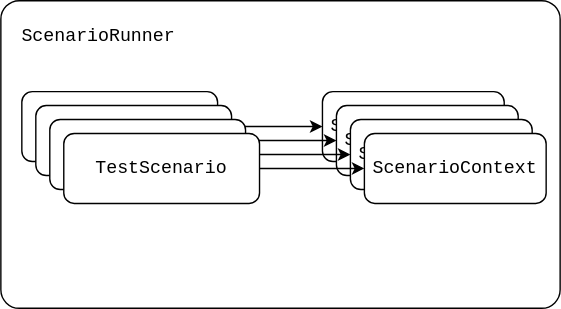
This is docs/architecture.svg from jveverka/test-meter, a draw.io export, as it was before one commit. Source tidied: cells renumbered, new cells last; positions are measured from the earlier drawing's top-left corner, leaving out a move shared by most shapes. Source of this version:
```xml
<mxGraphModel>
  <root>
    <mxCell id="0" />
    <mxCell id="1" parent="0" />
    <mxCell id="2" style="rounded=1;whiteSpace=wrap;html=1;arcSize=6;" parent="1" vertex="1">
      <mxGeometry width="400" height="220" as="geometry" />
    </mxCell>
    <mxCell id="3" value="&lt;pre style=&quot;background-color: #ffffff ; color: #080808 ; font-family: &amp;#34;jetbrains mono&amp;#34; , monospace ; font-size: 9.8pt&quot;&gt;&lt;span style=&quot;color: #000000&quot;&gt;ScenarioContext&lt;/span&gt;&lt;/pre&gt;" style="rounded=1;whiteSpace=wrap;html=1;" parent="1" vertex="1">
      <mxGeometry x="230" y="65" width="130" height="50" as="geometry" />
    </mxCell>
    <mxCell id="4" value="&lt;pre style=&quot;background-color: #ffffff ; color: #080808 ; font-family: &amp;#34;jetbrains mono&amp;#34; , monospace ; font-size: 9.8pt&quot;&gt;&lt;span style=&quot;color: #000000&quot;&gt;ScenarioContext&lt;/span&gt;&lt;/pre&gt;" style="rounded=1;whiteSpace=wrap;html=1;" parent="1" vertex="1">
      <mxGeometry x="240" y="75" width="130" height="50" as="geometry" />
    </mxCell>
    <mxCell id="5" value="&lt;pre style=&quot;background-color: #ffffff ; color: #080808 ; font-family: &amp;#34;jetbrains mono&amp;#34; , monospace ; font-size: 9.8pt&quot;&gt;&lt;span style=&quot;color: #000000&quot;&gt;ScenarioContext&lt;/span&gt;&lt;/pre&gt;" style="rounded=1;whiteSpace=wrap;html=1;" parent="1" vertex="1">
      <mxGeometry x="250" y="85" width="130" height="50" as="geometry" />
    </mxCell>
    <mxCell id="6" value="&lt;pre style=&quot;background-color: #ffffff ; color: #080808 ; font-family: &amp;#34;jetbrains mono&amp;#34; , monospace ; font-size: 9.8pt&quot;&gt;&lt;span style=&quot;color: #000000&quot;&gt;ScenarioContext&lt;/span&gt;&lt;/pre&gt;" style="rounded=1;whiteSpace=wrap;html=1;" parent="1" vertex="1">
      <mxGeometry x="260" y="95" width="130" height="50" as="geometry" />
    </mxCell>
    <mxCell id="7" value="&lt;pre style=&quot;background-color: #ffffff ; color: #080808 ; font-family: &amp;#34;jetbrains mono&amp;#34; , monospace ; font-size: 9.8pt&quot;&gt;&lt;span style=&quot;color: #000000&quot;&gt;ScenarioRunner&lt;/span&gt;&lt;/pre&gt;" style="text;html=1;strokeColor=none;fillColor=none;align=center;verticalAlign=middle;whiteSpace=wrap;rounded=0;" parent="1" vertex="1">
      <mxGeometry x="10" y="15" width="120" height="20" as="geometry" />
    </mxCell>
    <mxCell id="8" style="edgeStyle=orthogonalEdgeStyle;rounded=0;jettySize=auto;html=1;entryX=0;entryY=0.5;entryDx=0;entryDy=0;" parent="1" edge="1" source="9" target="3">
      <mxGeometry relative="1" as="geometry" />
    </mxCell>
    <mxCell id="9" value="&lt;pre style=&quot;background-color: #ffffff ; color: #080808 ; font-family: &amp;#34;jetbrains mono&amp;#34; , monospace ; font-size: 9.8pt&quot;&gt;&lt;span style=&quot;color: #000000&quot;&gt;TestScenario&lt;/span&gt;&lt;/pre&gt;" style="rounded=1;whiteSpace=wrap;html=1;" parent="1" vertex="1">
      <mxGeometry x="15" y="65" width="140" height="50" as="geometry" />
    </mxCell>
    <mxCell id="10" style="edgeStyle=orthogonalEdgeStyle;rounded=0;jettySize=auto;html=1;entryX=0;entryY=0.5;entryDx=0;entryDy=0;" parent="1" edge="1" source="11" target="4">
      <mxGeometry relative="1" as="geometry" />
    </mxCell>
    <mxCell id="11" value="&lt;pre style=&quot;background-color: #ffffff ; color: #080808 ; font-family: &amp;#34;jetbrains mono&amp;#34; , monospace ; font-size: 9.8pt&quot;&gt;&lt;span style=&quot;color: #000000&quot;&gt;TestScenario&lt;/span&gt;&lt;/pre&gt;" style="rounded=1;whiteSpace=wrap;html=1;" parent="1" vertex="1">
      <mxGeometry x="25" y="75" width="140" height="50" as="geometry" />
    </mxCell>
    <mxCell id="12" style="edgeStyle=orthogonalEdgeStyle;rounded=0;jettySize=auto;html=1;entryX=0;entryY=0.5;entryDx=0;entryDy=0;" parent="1" edge="1" source="13" target="5">
      <mxGeometry relative="1" as="geometry" />
    </mxCell>
    <mxCell id="13" value="&lt;pre style=&quot;background-color: #ffffff ; color: #080808 ; font-family: &amp;#34;jetbrains mono&amp;#34; , monospace ; font-size: 9.8pt&quot;&gt;&lt;span style=&quot;color: #000000&quot;&gt;TestScenario&lt;/span&gt;&lt;/pre&gt;" style="rounded=1;whiteSpace=wrap;html=1;" parent="1" vertex="1">
      <mxGeometry x="35" y="85" width="140" height="50" as="geometry" />
    </mxCell>
    <mxCell id="14" style="edgeStyle=orthogonalEdgeStyle;rounded=0;jettySize=auto;html=1;entryX=0;entryY=0.5;entryDx=0;entryDy=0;" parent="1" edge="1" source="15" target="6">
      <mxGeometry relative="1" as="geometry" />
    </mxCell>
    <mxCell id="15" value="&lt;pre style=&quot;background-color: #ffffff ; color: #080808 ; font-family: &amp;#34;jetbrains mono&amp;#34; , monospace ; font-size: 9.8pt&quot;&gt;&lt;span style=&quot;color: #000000&quot;&gt;TestScenario&lt;/span&gt;&lt;/pre&gt;" style="rounded=1;whiteSpace=wrap;html=1;" parent="1" vertex="1">
      <mxGeometry x="45" y="95" width="140" height="50" as="geometry" />
    </mxCell>
  </root>
</mxGraphModel>
```
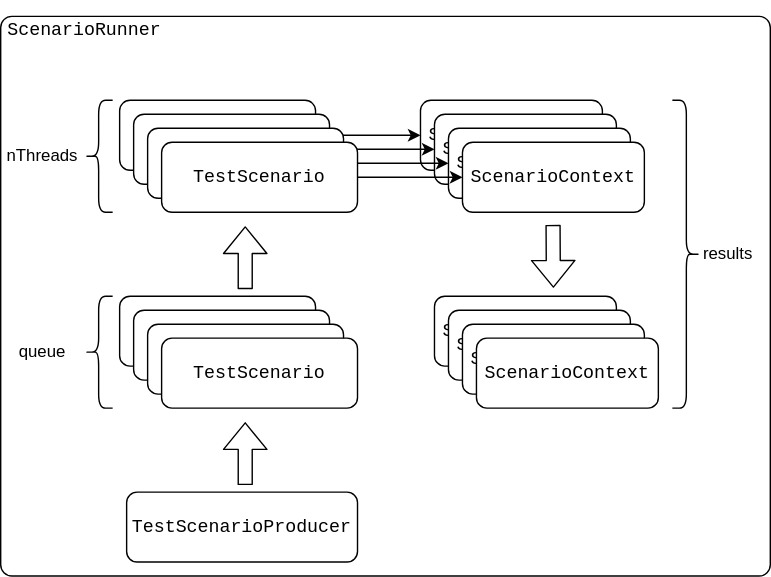
After the change.

Diff of the diagram source:
```diff
@@ -2,8 +2,8 @@
   <root>
     <mxCell id="0" />
     <mxCell id="1" parent="0" />
-    <mxCell id="2" style="rounded=1;whiteSpace=wrap;html=1;arcSize=6;" parent="1" vertex="1">
-      <mxGeometry width="400" height="220" as="geometry" />
+    <mxCell id="2" style="rounded=1;whiteSpace=wrap;html=1;arcSize=2;" parent="1" vertex="1">
+      <mxGeometry x="-70" y="5" width="550" height="400" as="geometry" />
     </mxCell>
     <mxCell id="3" value="&lt;pre style=&quot;background-color: #ffffff ; color: #080808 ; font-family: &amp;#34;jetbrains mono&amp;#34; , monospace ; font-size: 9.8pt&quot;&gt;&lt;span style=&quot;color: #000000&quot;&gt;ScenarioContext&lt;/span&gt;&lt;/pre&gt;" style="rounded=1;whiteSpace=wrap;html=1;" parent="1" vertex="1">
       <mxGeometry x="230" y="65" width="130" height="50" as="geometry" />
@@ -18,7 +18,7 @@
       <mxGeometry x="260" y="95" width="130" height="50" as="geometry" />
     </mxCell>
     <mxCell id="7" value="&lt;pre style=&quot;background-color: #ffffff ; color: #080808 ; font-family: &amp;#34;jetbrains mono&amp;#34; , monospace ; font-size: 9.8pt&quot;&gt;&lt;span style=&quot;color: #000000&quot;&gt;ScenarioRunner&lt;/span&gt;&lt;/pre&gt;" style="text;html=1;strokeColor=none;fillColor=none;align=center;verticalAlign=middle;whiteSpace=wrap;rounded=0;" parent="1" vertex="1">
-      <mxGeometry x="10" y="15" width="120" height="20" as="geometry" />
+      <mxGeometry x="-70" y="5" width="120" height="20" as="geometry" />
     </mxCell>
     <mxCell id="8" style="edgeStyle=orthogonalEdgeStyle;rounded=0;jettySize=auto;html=1;entryX=0;entryY=0.5;entryDx=0;entryDy=0;" parent="1" edge="1" source="9" target="3">
       <mxGeometry relative="1" as="geometry" />
@@ -44,5 +44,68 @@
     <mxCell id="15" value="&lt;pre style=&quot;background-color: #ffffff ; color: #080808 ; font-family: &amp;#34;jetbrains mono&amp;#34; , monospace ; font-size: 9.8pt&quot;&gt;&lt;span style=&quot;color: #000000&quot;&gt;TestScenario&lt;/span&gt;&lt;/pre&gt;" style="rounded=1;whiteSpace=wrap;html=1;" parent="1" vertex="1">
       <mxGeometry x="45" y="95" width="140" height="50" as="geometry" />
     </mxCell>
+    <mxCell id="16" style="shape=curlyBracket;whiteSpace=wrap;html=1;rounded=1;" parent="1" vertex="1">
+      <mxGeometry x="-10" y="65" width="20" height="80" as="geometry" />
+    </mxCell>
+    <mxCell id="17" value="nThreads" style="text;html=1;strokeColor=none;fillColor=none;align=center;verticalAlign=middle;whiteSpace=wrap;rounded=0;" parent="1" vertex="1">
+      <mxGeometry x="-60" y="95" width="40" height="20" as="geometry" />
+    </mxCell>
+    <mxCell id="18" value="&lt;pre style=&quot;background-color: #ffffff ; color: #080808 ; font-family: &amp;#34;jetbrains mono&amp;#34; , monospace ; font-size: 9.8pt&quot;&gt;&lt;span style=&quot;color: #000000&quot;&gt;TestScenario&lt;/span&gt;&lt;/pre&gt;" style="rounded=1;whiteSpace=wrap;html=1;" parent="1" vertex="1">
+      <mxGeometry x="15" y="205" width="140" height="50" as="geometry" />
+    </mxCell>
+    <mxCell id="19" value="&lt;pre style=&quot;background-color: #ffffff ; color: #080808 ; font-family: &amp;#34;jetbrains mono&amp;#34; , monospace ; font-size: 9.8pt&quot;&gt;&lt;span style=&quot;color: #000000&quot;&gt;TestScenario&lt;/span&gt;&lt;/pre&gt;" style="rounded=1;whiteSpace=wrap;html=1;" parent="1" vertex="1">
+      <mxGeometry x="25" y="215" width="140" height="50" as="geometry" />
+    </mxCell>
+    <mxCell id="20" value="&lt;pre style=&quot;background-color: #ffffff ; color: #080808 ; font-family: &amp;#34;jetbrains mono&amp;#34; , monospace ; font-size: 9.8pt&quot;&gt;&lt;span style=&quot;color: #000000&quot;&gt;TestScenario&lt;/span&gt;&lt;/pre&gt;" style="rounded=1;whiteSpace=wrap;html=1;" parent="1" vertex="1">
+      <mxGeometry x="35" y="225" width="140" height="50" as="geometry" />
+    </mxCell>
+    <mxCell id="21" value="&lt;pre style=&quot;background-color: #ffffff ; color: #080808 ; font-family: &amp;#34;jetbrains mono&amp;#34; , monospace ; font-size: 9.8pt&quot;&gt;&lt;span style=&quot;color: #000000&quot;&gt;TestScenario&lt;/span&gt;&lt;/pre&gt;" style="rounded=1;whiteSpace=wrap;html=1;" parent="1" vertex="1">
+      <mxGeometry x="45" y="235" width="140" height="50" as="geometry" />
+    </mxCell>
+    <mxCell id="22" style="shape=curlyBracket;whiteSpace=wrap;html=1;rounded=1;" parent="1" vertex="1">
+      <mxGeometry x="-10" y="205" width="20" height="80" as="geometry" />
+    </mxCell>
+    <mxCell id="23" value="queue" style="text;html=1;strokeColor=none;fillColor=none;align=center;verticalAlign=middle;whiteSpace=wrap;rounded=0;" parent="1" vertex="1">
+      <mxGeometry x="-60" y="235" width="40" height="20" as="geometry" />
+    </mxCell>
+    <mxCell id="24" style="shape=flexArrow;endArrow=classic;html=1;" parent="1" edge="1">
+      <mxGeometry relative="1" as="geometry">
+        <mxPoint x="104.8" y="200" as="sourcePoint" />
+        <mxPoint x="104.8" y="155" as="targetPoint" />
+      </mxGeometry>
+    </mxCell>
+    <mxCell id="25" value="&lt;pre style=&quot;background-color: #ffffff ; color: #080808 ; font-family: &amp;#34;jetbrains mono&amp;#34; , monospace ; font-size: 9.8pt&quot;&gt;&lt;pre style=&quot;font-family: &amp;#34;jetbrains mono&amp;#34; , monospace ; font-size: 9.8pt&quot;&gt;&lt;span style=&quot;color: #000000&quot;&gt;TestScenarioProducer&lt;/span&gt;&lt;/pre&gt;&lt;/pre&gt;" style="rounded=1;whiteSpace=wrap;html=1;" parent="1" vertex="1">
+      <mxGeometry x="20" y="345" width="165" height="50" as="geometry" />
+    </mxCell>
+    <mxCell id="26" style="shape=flexArrow;endArrow=classic;html=1;" parent="1" edge="1">
+      <mxGeometry relative="1" as="geometry">
+        <mxPoint x="104.8" y="340" as="sourcePoint" />
+        <mxPoint x="104.8" y="295" as="targetPoint" />
+      </mxGeometry>
+    </mxCell>
+    <mxCell id="27" value="&lt;pre style=&quot;background-color: #ffffff ; color: #080808 ; font-family: &amp;#34;jetbrains mono&amp;#34; , monospace ; font-size: 9.8pt&quot;&gt;&lt;span style=&quot;color: #000000&quot;&gt;ScenarioContext&lt;/span&gt;&lt;/pre&gt;" style="rounded=1;whiteSpace=wrap;html=1;" parent="1" vertex="1">
+      <mxGeometry x="240" y="205" width="130" height="50" as="geometry" />
+    </mxCell>
+    <mxCell id="28" value="&lt;pre style=&quot;background-color: #ffffff ; color: #080808 ; font-family: &amp;#34;jetbrains mono&amp;#34; , monospace ; font-size: 9.8pt&quot;&gt;&lt;span style=&quot;color: #000000&quot;&gt;ScenarioContext&lt;/span&gt;&lt;/pre&gt;" style="rounded=1;whiteSpace=wrap;html=1;" parent="1" vertex="1">
+      <mxGeometry x="250" y="215" width="130" height="50" as="geometry" />
+    </mxCell>
+    <mxCell id="29" value="&lt;pre style=&quot;background-color: #ffffff ; color: #080808 ; font-family: &amp;#34;jetbrains mono&amp;#34; , monospace ; font-size: 9.8pt&quot;&gt;&lt;span style=&quot;color: #000000&quot;&gt;ScenarioContext&lt;/span&gt;&lt;/pre&gt;" style="rounded=1;whiteSpace=wrap;html=1;" parent="1" vertex="1">
+      <mxGeometry x="260" y="225" width="130" height="50" as="geometry" />
+    </mxCell>
+    <mxCell id="30" value="&lt;pre style=&quot;background-color: #ffffff ; color: #080808 ; font-family: &amp;#34;jetbrains mono&amp;#34; , monospace ; font-size: 9.8pt&quot;&gt;&lt;span style=&quot;color: #000000&quot;&gt;ScenarioContext&lt;/span&gt;&lt;/pre&gt;" style="rounded=1;whiteSpace=wrap;html=1;" parent="1" vertex="1">
+      <mxGeometry x="270" y="235" width="130" height="50" as="geometry" />
+    </mxCell>
+    <mxCell id="31" style="shape=flexArrow;endArrow=classic;html=1;entryX=0.925;entryY=0.6;entryDx=0;entryDy=0;entryPerimeter=0;" parent="1" edge="1">
+      <mxGeometry relative="1" as="geometry">
+        <mxPoint x="324.8" y="154" as="sourcePoint" />
+        <mxPoint x="325" y="199" as="targetPoint" />
+      </mxGeometry>
+    </mxCell>
+    <mxCell id="32" style="shape=curlyBracket;whiteSpace=wrap;html=1;rounded=1;flipH=1;" parent="1" vertex="1">
+      <mxGeometry x="410" y="65" width="20" height="220" as="geometry" />
+    </mxCell>
+    <mxCell id="33" value="results" style="text;html=1;strokeColor=none;fillColor=none;align=center;verticalAlign=middle;whiteSpace=wrap;rounded=0;" parent="1" vertex="1">
+      <mxGeometry x="430" y="165" width="40" height="20" as="geometry" />
+    </mxCell>
   </root>
 </mxGraphModel>
```
